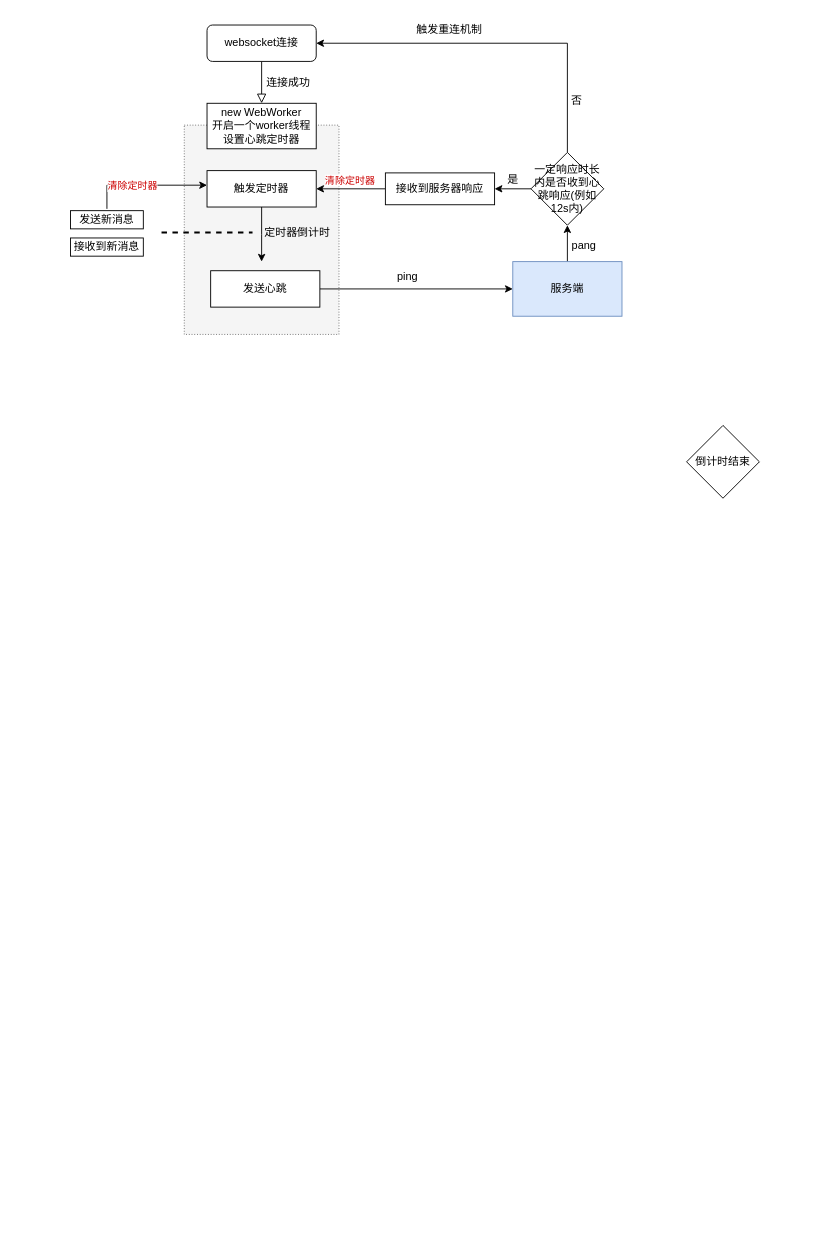
Above: 未命名绘图.drawio in simqifeng/somenote (draw.io), before the change. Source tidied: cells renumbered, new cells numbered last; positions are measured from the earlier drawing's top-left corner, leaving out a move shared by most shapes. Both pictures are drawn from the tidied source at 91%, with x=0, y=0 at pixel (70, 15).
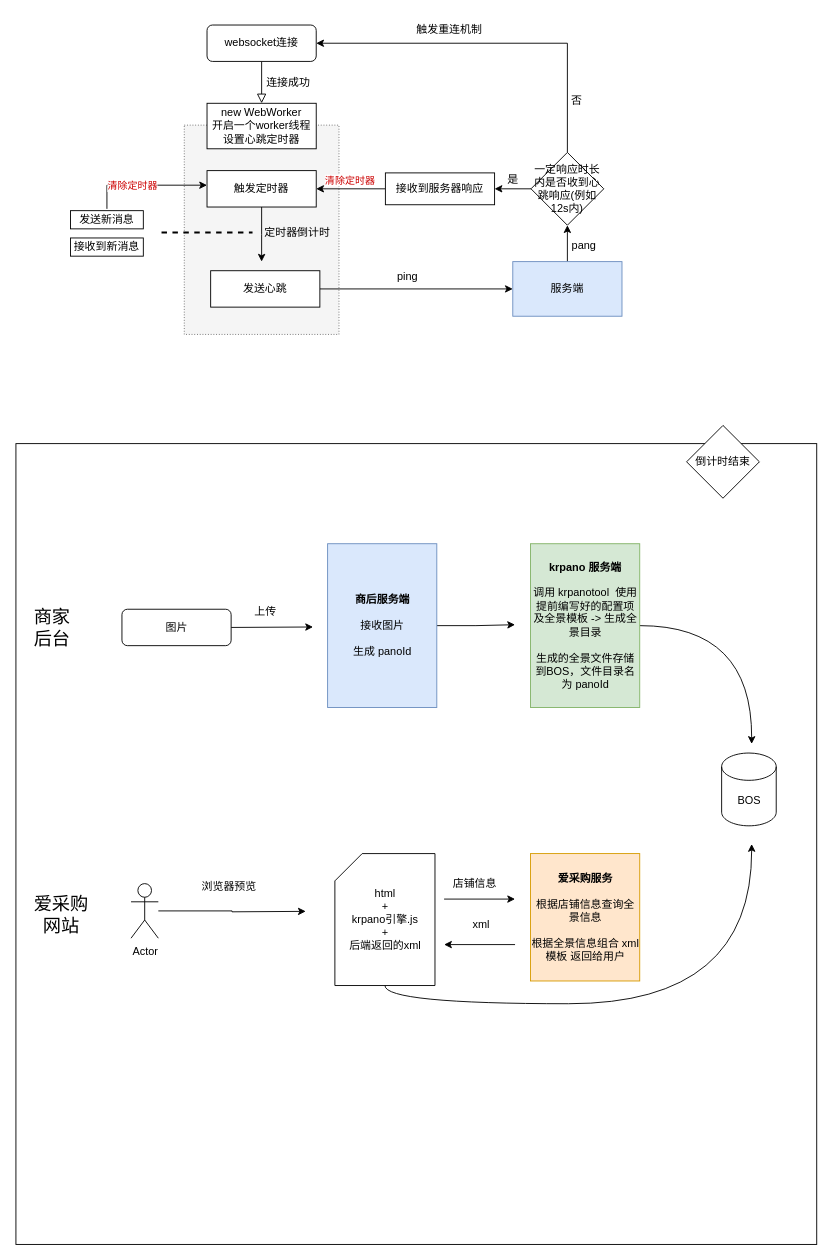
The same diagram, later.

Commit message:
更新未命名绘图.drawio

What changed in the source:
```diff
@@
+    <mxCell id="32" style="whiteSpace=wrap;html=1;" parent="1" vertex="1">
+      <mxGeometry x="-60" y="470" width="880" height="880" as="geometry" />
+    </mxCell>
@@
+    <mxCell id="33" style="edgeStyle=orthogonalEdgeStyle;rounded=0;jettySize=auto;html=1;exitX=1;exitY=0.5;exitDx=0;exitDy=0;" parent="1" edge="1" source="34">
+      <mxGeometry relative="1" as="geometry">
+        <mxPoint x="266.5" y="671.5" as="targetPoint" />
+      </mxGeometry>
+    </mxCell>
+    <mxCell id="34" value="图片" style="rounded=1;whiteSpace=wrap;html=1;fontSize=12;glass=0;strokeWidth=1;shadow=0;" parent="1" vertex="1">
+      <mxGeometry x="56.5" y="652" width="120" height="40" as="geometry" />
+    </mxCell>
+    <mxCell id="35" value="上传" style="text;html=1;align=center;verticalAlign=middle;strokeColor=none;fillColor=none;" parent="1" vertex="1">
+      <mxGeometry x="188.5" y="640" width="50" height="30" as="geometry" />
+    </mxCell>
+    <mxCell id="36" style="edgeStyle=orthogonalEdgeStyle;rounded=0;jettySize=auto;html=1;exitX=1;exitY=0.5;exitDx=0;exitDy=0;" parent="1" edge="1" source="37">
+      <mxGeometry relative="1" as="geometry">
+        <mxPoint x="488.5" y="669" as="targetPoint" />
+      </mxGeometry>
+    </mxCell>
+    <mxCell id="37" value="&lt;b&gt;商后服务端&lt;/b&gt;&lt;div&gt;&lt;br&gt;&lt;/div&gt;&lt;div&gt;接收图片&lt;/div&gt;&lt;div&gt;&lt;br&gt;&lt;/div&gt;&lt;div&gt;生成 panoId&lt;/div&gt;" style="whiteSpace=wrap;html=1;rounded=0;fillColor=#dae8fc;strokeColor=#6c8ebf;" parent="1" vertex="1">
+      <mxGeometry x="282.5" y="580" width="120" height="180" as="geometry" />
+    </mxCell>
+    <mxCell id="38" style="rounded=0;jettySize=auto;html=1;exitX=1;exitY=0.5;exitDx=0;exitDy=0;edgeStyle=orthogonalEdgeStyle;curved=1;" parent="1" edge="1" source="39">
+      <mxGeometry relative="1" as="geometry">
+        <mxPoint x="748.5" y="800" as="targetPoint" />
+      </mxGeometry>
+    </mxCell>
+    <mxCell id="39" value="&lt;b&gt;krpano 服务端&lt;/b&gt;&lt;div&gt;&lt;br&gt;&lt;/div&gt;&lt;div&gt;调用 krpanotool&amp;nbsp; 使用提前编写好的配置项及全景模板 -&amp;gt; 生成全景目录&lt;/div&gt;&lt;div&gt;&lt;br&gt;&lt;/div&gt;&lt;div&gt;生成的全景文件存储到BOS，文件目录名为 panoId&lt;/div&gt;" style="whiteSpace=wrap;html=1;rounded=0;fillColor=#d5e8d4;strokeColor=#82b366;" parent="1" vertex="1">
+      <mxGeometry x="505.5" y="580" width="120" height="180" as="geometry" />
+    </mxCell>
+    <mxCell id="40" value="BOS" style="shape=cylinder3;whiteSpace=wrap;html=1;boundedLbl=1;backgroundOutline=1;size=15;" parent="1" vertex="1">
+      <mxGeometry x="715.5" y="810" width="60" height="80" as="geometry" />
+    </mxCell>
+    <mxCell id="41" value="&lt;b&gt;爱采购服务&lt;/b&gt;&lt;div&gt;&lt;br&gt;&lt;/div&gt;&lt;div&gt;根据店铺信息查询全景信息&lt;/div&gt;&lt;div&gt;&lt;br&gt;&lt;/div&gt;&lt;div&gt;根据全景信息组合 xml 模板 返回给用户&lt;/div&gt;" style="whiteSpace=wrap;html=1;rounded=0;fillColor=#ffe6cc;strokeColor=#d79b00;" parent="1" vertex="1">
+      <mxGeometry x="505.5" y="920.5" width="120" height="140" as="geometry" />
+    </mxCell>
+    <mxCell id="42" style="edgeStyle=orthogonalEdgeStyle;rounded=0;jettySize=auto;html=1;" parent="1" edge="1" source="43">
+      <mxGeometry relative="1" as="geometry">
+        <mxPoint x="258.5" y="984" as="targetPoint" />
+      </mxGeometry>
+    </mxCell>
+    <mxCell id="43" value="Actor" style="shape=umlActor;verticalLabelPosition=bottom;verticalAlign=top;html=1;outlineConnect=0;" parent="1" vertex="1">
+      <mxGeometry x="66.5" y="953.5" width="30" height="60" as="geometry" />
+    </mxCell>
+    <mxCell id="44" value="浏览器预览" style="text;html=1;align=center;verticalAlign=middle;strokeColor=none;fillColor=none;" parent="1" vertex="1">
+      <mxGeometry x="133.5" y="941.5" width="80" height="30" as="geometry" />
+    </mxCell>
+    <mxCell id="45" style="edgeStyle=orthogonalEdgeStyle;rounded=0;jettySize=auto;html=1;exitX=0.5;exitY=1;exitDx=0;exitDy=0;exitPerimeter=0;curved=1;" parent="1" edge="1" source="46">
+      <mxGeometry relative="1" as="geometry">
+        <mxPoint x="748.5" y="910" as="targetPoint" />
+      </mxGeometry>
+    </mxCell>
+    <mxCell id="46" value="html&lt;div&gt;+&lt;br&gt;&lt;div&gt;krpano引擎.js&lt;/div&gt;&lt;div&gt;+&lt;/div&gt;&lt;/div&gt;&lt;div&gt;后端返回的xml&lt;/div&gt;" style="shape=card;whiteSpace=wrap;html=1;" parent="1" vertex="1">
+      <mxGeometry x="290.5" y="920.5" width="110" height="145" as="geometry" />
+    </mxCell>
+    <mxCell id="47" style="endArrow=classic;html=1;rounded=0;" parent="1" edge="1">
+      <mxGeometry relative="1" as="geometry">
+        <mxPoint x="410.5" y="970.5" as="sourcePoint" />
+        <mxPoint x="488.5" y="970.5" as="targetPoint" />
+      </mxGeometry>
+    </mxCell>
+    <mxCell id="48" value="店铺信息" style="text;html=1;align=center;verticalAlign=middle;strokeColor=none;fillColor=none;" parent="1" vertex="1">
+      <mxGeometry x="408.5" y="938.5" width="70" height="30" as="geometry" />
+    </mxCell>
+    <mxCell id="49" style="endArrow=classic;html=1;rounded=0;" parent="1" edge="1">
+      <mxGeometry relative="1" as="geometry">
+        <mxPoint x="488.5" y="1020.5" as="sourcePoint" />
+        <mxPoint x="410.5" y="1020.5" as="targetPoint" />
+      </mxGeometry>
+    </mxCell>
+    <mxCell id="50" value="xml" style="text;html=1;align=center;verticalAlign=middle;strokeColor=none;fillColor=none;" parent="1" vertex="1">
+      <mxGeometry x="430.5" y="983.5" width="40" height="30" as="geometry" />
+    </mxCell>
+    <mxCell id="51" value="商家后台" style="text;html=1;align=center;verticalAlign=middle;whiteSpace=wrap;rounded=0;fontSize=20;" parent="1" vertex="1">
+      <mxGeometry x="-50" y="657" width="60" height="30" as="geometry" />
+    </mxCell>
+    <mxCell id="52" value="爱采购网站" style="text;html=1;align=center;verticalAlign=middle;whiteSpace=wrap;rounded=0;fontSize=20;" parent="1" vertex="1">
+      <mxGeometry x="-50" y="971.5" width="80" height="30" as="geometry" />
+    </mxCell>
```
